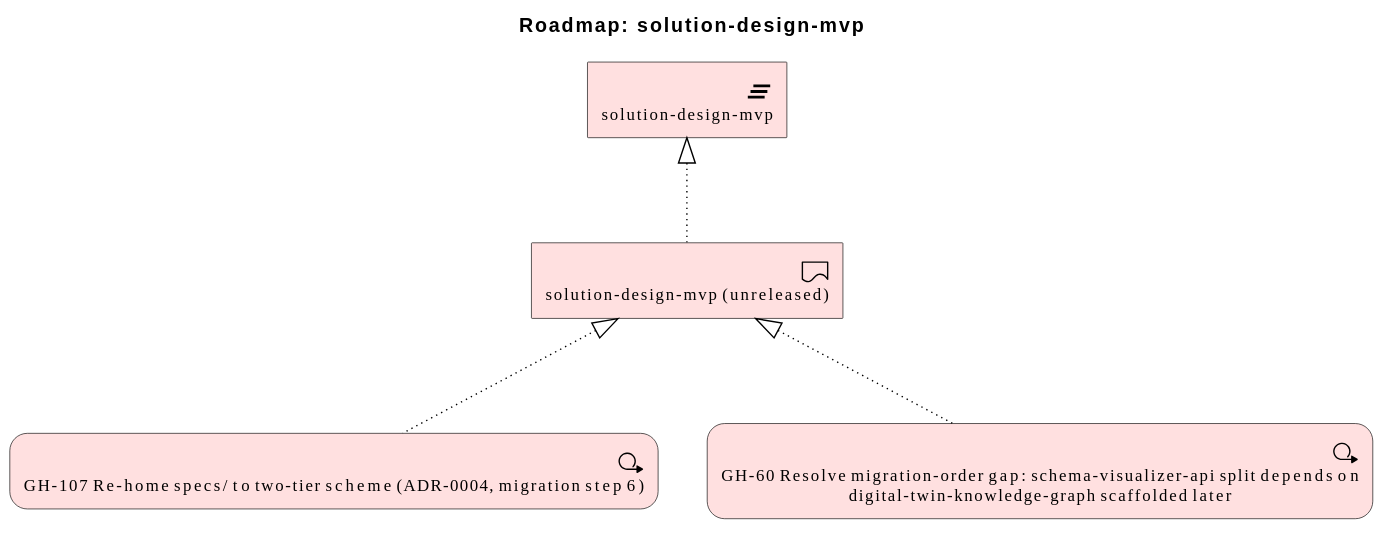
The PlantUML diagram architecture/model/diagrams/migration/plat-solution-design-mvp-8.svg in wolffy-au/frictionless-architect, before a commit.
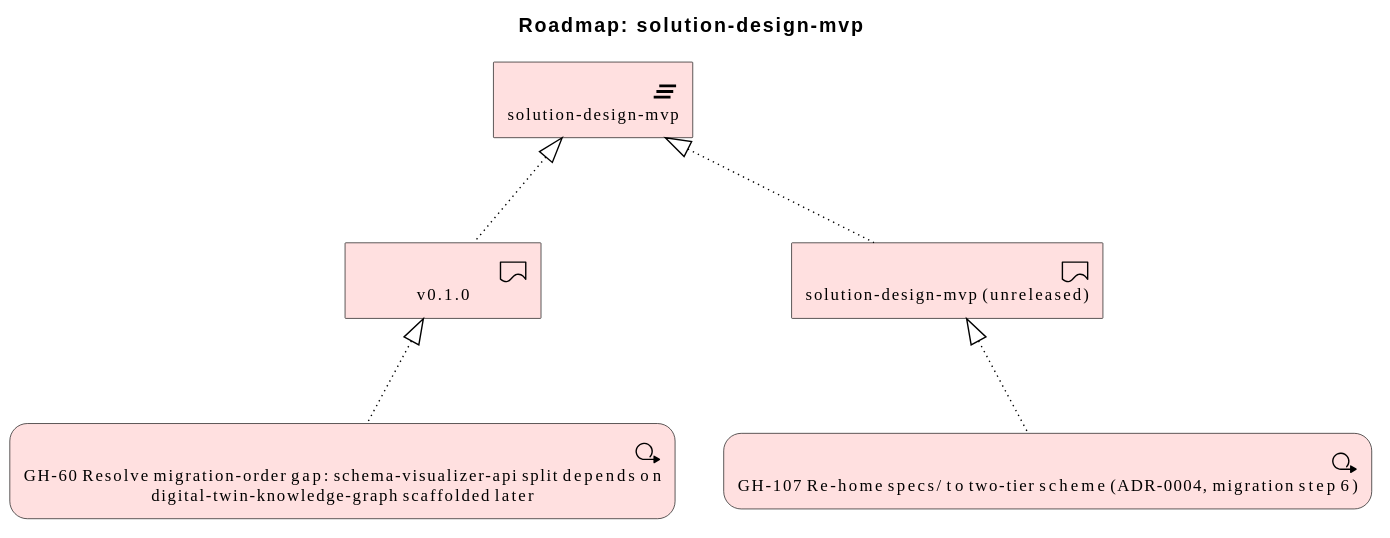
Above is the later version.

Change to the diagram source:
```diff
@@ -3,12 +3,14 @@
 
 title Roadmap: solution-design-mvp
 
+Implementation_Deliverable(e_id314ed2487dd05b, "v0.1.0")
 Implementation_Deliverable(e_id664b1e75548f5b, "solution-design-mvp (unreleased)")
 Implementation_Plateau(e_id2465dc90ecdc5f, "solution-design-mvp")
 Implementation_WorkPackage(e_id3e99ac1ff48453, "GH-107 Re-home specs/ to two-tier scheme (ADR-0004, migration step 6)")
 Implementation_WorkPackage(e_id24e4227880f657, "GH-60 Resolve migration-order gap: schema-visualizer-api split depends on digital-twin-knowledge-graph scaffolded later")
 
+Rel_Realization_Up(e_id314ed2487dd05b, e_id2465dc90ecdc5f, "")
 Rel_Realization_Up(e_id664b1e75548f5b, e_id2465dc90ecdc5f, "")
 Rel_Realization_Up(e_id3e99ac1ff48453, e_id664b1e75548f5b, "")
-Rel_Realization_Up(e_id24e4227880f657, e_id664b1e75548f5b, "")
+Rel_Realization_Up(e_id24e4227880f657, e_id314ed2487dd05b, "")
 @enduml
```
